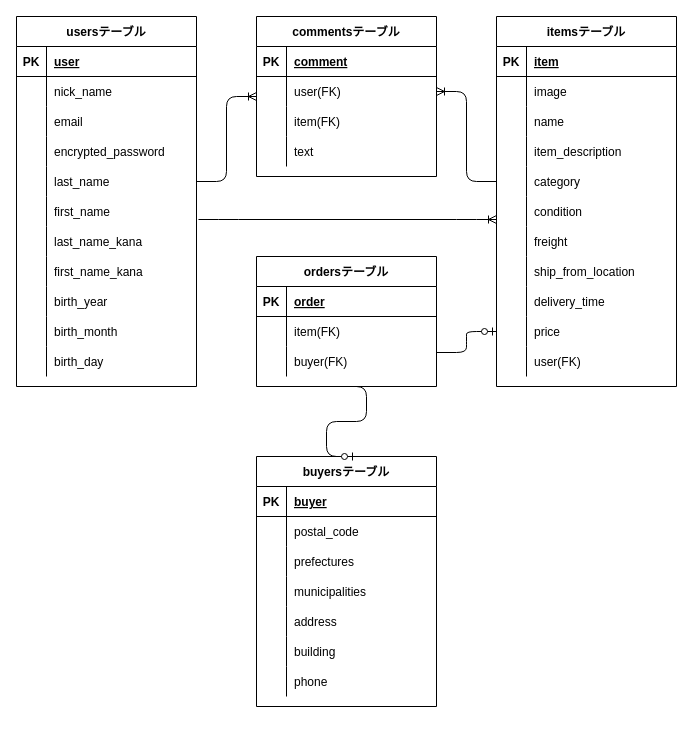
Above: furima.dio in Tsumire1208/furima-38798 (draw.io), before the change. Source tidied: cells renumbered, new cells numbered last; positions are measured from the earlier drawing's top-left corner, leaving out a move shared by most shapes. Both pictures are drawn from the tidied source at 100%, with x=0, y=0 at pixel (16, 16).
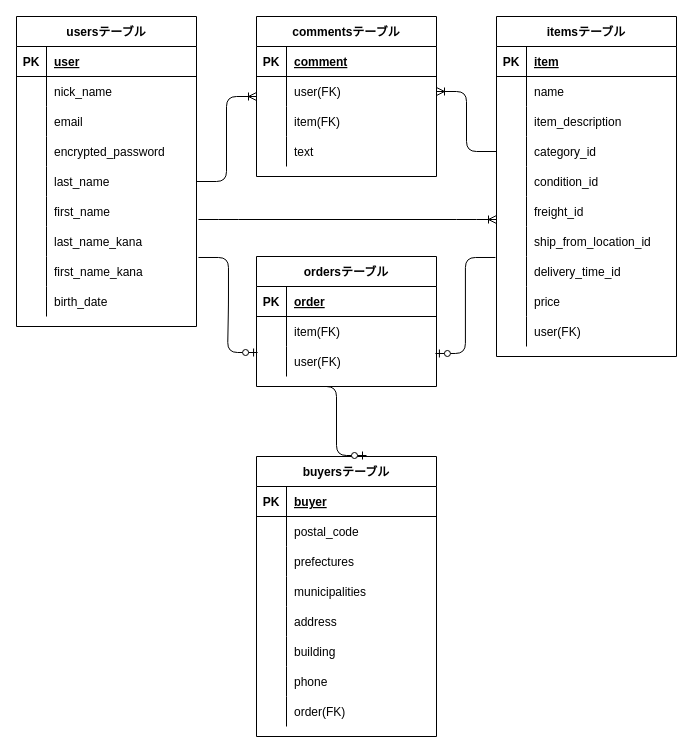
After the change.

Commit message (it also covers changes not shown here):
データベース設計修正

The change refers to these unchanged cells:
```xml
<mxCell id="18" style="shape=partialRectangle;fillColor=none;top=0;left=0;bottom=0;right=0;points=[[0,0.5],[1,0.5]];portConstraint=eastwest;" parent="2" vertex="1">
  <mxGeometry y="180" width="180" height="30" as="geometry" />
</mxCell>
<mxCell id="24" style="shape=partialRectangle;fillColor=none;top=0;left=0;bottom=0;right=0;points=[[0,0.5],[1,0.5]];portConstraint=eastwest;" parent="2" vertex="1">
  <mxGeometry y="240" width="180" height="30" as="geometry" />
</mxCell>
<mxCell id="27" style="shape=partialRectangle;fillColor=none;top=0;left=0;bottom=0;right=0;" parent="2" vertex="1">
  <mxGeometry y="270" width="180" height="30" as="geometry" />
</mxCell>
<mxCell id="99" style="shape=partialRectangle;fillColor=none;top=0;left=0;bottom=0;right=0;points=[[0,0.5],[1,0.5]];portConstraint=eastwest;" parent="92" vertex="1">
  <mxGeometry y="90" width="180" height="30" as="geometry" />
</mxCell>
```

What changed in the source:
```diff
@@
     <mxCell id="2" value="usersテーブル" style="shape=table;startSize=30;childLayout=tableLayout;rowLines=0;fontStyle=1;align=center;" parent="1" vertex="1">
-      <mxGeometry width="180" height="370" as="geometry" />
+      <mxGeometry width="180" height="310" as="geometry" />
     </mxCell>
@@
-    <mxCell id="29" value="birth_year" style="shape=partialRectangle;fillColor=none;top=0;left=0;bottom=0;right=0;align=left;spacingLeft=6;overflow=hidden;" parent="27" vertex="1">
+    <mxCell id="29" value="birth_date" style="shape=partialRectangle;fillColor=none;top=0;left=0;bottom=0;right=0;align=left;spacingLeft=6;overflow=hidden;" parent="27" vertex="1">
       <mxGeometry x="30" width="150" height="30" as="geometry" />
     </mxCell>
-    <mxCell id="30" style="shape=partialRectangle;fillColor=none;top=0;left=0;bottom=0;right=0;" parent="2" vertex="1">
-      <mxGeometry y="300" width="180" height="30" as="geometry" />
-    </mxCell>
-    <mxCell id="31" style="shape=partialRectangle;fillColor=none;top=0;left=0;bottom=0;right=0;overflow=hidden;" parent="30" vertex="1">
-      <mxGeometry width="30" height="30" as="geometry" />
-    </mxCell>
-    <mxCell id="32" value="birth_month" style="shape=partialRectangle;fillColor=none;top=0;left=0;bottom=0;right=0;align=left;spacingLeft=6;overflow=hidden;" parent="30" vertex="1">
-      <mxGeometry x="30" width="150" height="30" as="geometry" />
-    </mxCell>
-    <mxCell id="33" style="shape=partialRectangle;fillColor=none;top=0;left=0;bottom=0;right=0;" parent="2" vertex="1">
-      <mxGeometry y="330" width="180" height="30" as="geometry" />
-    </mxCell>
-    <mxCell id="34" style="shape=partialRectangle;fillColor=none;top=0;left=0;bottom=0;right=0;overflow=hidden;" parent="33" vertex="1">
-      <mxGeometry width="30" height="30" as="geometry" />
-    </mxCell>
-    <mxCell id="35" value="birth_day" style="shape=partialRectangle;fillColor=none;top=0;left=0;bottom=0;right=0;align=left;spacingLeft=6;overflow=hidden;" parent="33" vertex="1">
-      <mxGeometry x="30" width="150" height="30" as="geometry" />
-    </mxCell>
     <mxCell id="36" value="itemsテーブル" style="shape=table;startSize=30;childLayout=tableLayout;rowLines=0;fontStyle=1;align=center;" parent="1" vertex="1">
-      <mxGeometry x="480" width="180" height="370" as="geometry" />
+      <mxGeometry x="480" width="180" height="340" as="geometry" />
     </mxCell>
@@
-    <mxCell id="40" style="shape=partialRectangle;fillColor=none;top=0;left=0;bottom=0;right=0;" parent="36" vertex="1">
-      <mxGeometry y="60" width="180" height="30" as="geometry" />
-    </mxCell>
-    <mxCell id="41" style="shape=partialRectangle;fillColor=none;top=0;left=0;bottom=0;right=0;overflow=hidden;" parent="40" vertex="1">
-      <mxGeometry width="30" height="30" as="geometry" />
-    </mxCell>
-    <mxCell id="42" value="image" style="shape=partialRectangle;fillColor=none;top=0;left=0;bottom=0;right=0;align=left;spacingLeft=6;overflow=hidden;" parent="40" vertex="1">
-      <mxGeometry x="30" width="150" height="30" as="geometry" />
-    </mxCell>
     <mxCell id="43" style="shape=partialRectangle;fillColor=none;top=0;left=0;bottom=0;right=0;" parent="36" vertex="1">
-      <mxGeometry y="90" width="180" height="30" as="geometry" />
+      <mxGeometry y="60" width="180" height="30" as="geometry" />
     </mxCell>
@@
     <mxCell id="46" style="shape=partialRectangle;fillColor=none;top=0;left=0;bottom=0;right=0;" parent="36" vertex="1">
-      <mxGeometry y="120" width="180" height="30" as="geometry" />
+      <mxGeometry y="90" width="180" height="30" as="geometry" />
     </mxCell>
@@
     <mxCell id="49" style="shape=partialRectangle;fillColor=none;top=0;left=0;bottom=0;right=0;points=[[0,0.5],[1,0.5]];portConstraint=eastwest;" parent="36" vertex="1">
-      <mxGeometry y="150" width="180" height="30" as="geometry" />
+      <mxGeometry y="120" width="180" height="30" as="geometry" />
     </mxCell>
@@
-    <mxCell id="51" value="category" style="shape=partialRectangle;fillColor=none;top=0;left=0;bottom=0;right=0;align=left;spacingLeft=6;overflow=hidden;" parent="49" vertex="1">
+    <mxCell id="51" value="category_id" style="shape=partialRectangle;fillColor=none;top=0;left=0;bottom=0;right=0;align=left;spacingLeft=6;overflow=hidden;" parent="49" vertex="1">
       <mxGeometry x="30" width="150" height="30" as="geometry" />
     </mxCell>
     <mxCell id="52" style="shape=partialRectangle;fillColor=none;top=0;left=0;bottom=0;right=0;points=[[0,0.5],[1,0.5]];portConstraint=eastwest;" parent="36" vertex="1">
-      <mxGeometry y="180" width="180" height="30" as="geometry" />
+      <mxGeometry y="150" width="180" height="30" as="geometry" />
     </mxCell>
@@
-    <mxCell id="54" value="condition" style="shape=partialRectangle;fillColor=none;top=0;left=0;bottom=0;right=0;align=left;spacingLeft=6;overflow=hidden;" parent="52" vertex="1">
+    <mxCell id="54" value="condition_id" style="shape=partialRectangle;fillColor=none;top=0;left=0;bottom=0;right=0;align=left;spacingLeft=6;overflow=hidden;" parent="52" vertex="1">
       <mxGeometry x="30" width="150" height="30" as="geometry" />
     </mxCell>
     <mxCell id="55" style="shape=partialRectangle;fillColor=none;top=0;left=0;bottom=0;right=0;" parent="36" vertex="1">
-      <mxGeometry y="210" width="180" height="30" as="geometry" />
+      <mxGeometry y="180" width="180" height="30" as="geometry" />
     </mxCell>
@@
-    <mxCell id="57" value="freight" style="shape=partialRectangle;fillColor=none;top=0;left=0;bottom=0;right=0;align=left;spacingLeft=6;overflow=hidden;" parent="55" vertex="1">
+    <mxCell id="57" value="freight_id" style="shape=partialRectangle;fillColor=none;top=0;left=0;bottom=0;right=0;align=left;spacingLeft=6;overflow=hidden;" parent="55" vertex="1">
       <mxGeometry x="30" width="150" height="30" as="geometry" />
     </mxCell>
     <mxCell id="58" style="shape=partialRectangle;fillColor=none;top=0;left=0;bottom=0;right=0;points=[[0,0.5],[1,0.5]];portConstraint=eastwest;" parent="36" vertex="1">
-      <mxGeometry y="240" width="180" height="30" as="geometry" />
+      <mxGeometry y="210" width="180" height="30" as="geometry" />
     </mxCell>
@@
-    <mxCell id="60" value="ship_from_location" style="shape=partialRectangle;fillColor=none;top=0;left=0;bottom=0;right=0;align=left;spacingLeft=6;overflow=hidden;" parent="58" vertex="1">
+    <mxCell id="60" value="ship_from_location_id" style="shape=partialRectangle;fillColor=none;top=0;left=0;bottom=0;right=0;align=left;spacingLeft=6;overflow=hidden;" parent="58" vertex="1">
       <mxGeometry x="30" width="150" height="30" as="geometry" />
     </mxCell>
     <mxCell id="61" style="shape=partialRectangle;fillColor=none;top=0;left=0;bottom=0;right=0;" parent="36" vertex="1">
-      <mxGeometry y="270" width="180" height="30" as="geometry" />
+      <mxGeometry y="240" width="180" height="30" as="geometry" />
     </mxCell>
@@
-    <mxCell id="63" value="delivery_time" style="shape=partialRectangle;fillColor=none;top=0;left=0;bottom=0;right=0;align=left;spacingLeft=6;overflow=hidden;" parent="61" vertex="1">
+    <mxCell id="63" value="delivery_time_id" style="shape=partialRectangle;fillColor=none;top=0;left=0;bottom=0;right=0;align=left;spacingLeft=6;overflow=hidden;" parent="61" vertex="1">
       <mxGeometry x="30" width="150" height="30" as="geometry" />
     </mxCell>
     <mxCell id="64" style="shape=partialRectangle;fillColor=none;top=0;left=0;bottom=0;right=0;points=[[0,0.5],[1,0.5]];portConstraint=eastwest;" parent="36" vertex="1">
-      <mxGeometry y="300" width="180" height="30" as="geometry" />
+      <mxGeometry y="270" width="180" height="30" as="geometry" />
     </mxCell>
@@
     <mxCell id="67" style="shape=partialRectangle;fillColor=none;top=0;left=0;bottom=0;right=0;" parent="36" vertex="1">
-      <mxGeometry y="330" width="180" height="30" as="geometry" />
+      <mxGeometry y="300" width="180" height="30" as="geometry" />
     </mxCell>
@@
     <mxCell id="70" value="buyersテーブル" style="shape=table;startSize=30;childLayout=tableLayout;rowLines=0;fontStyle=1;align=center;" parent="1" vertex="1">
-      <mxGeometry x="240" y="440" width="180" height="250" as="geometry" />
+      <mxGeometry x="240" y="440" width="180" height="280" as="geometry" />
     </mxCell>
@@
+    <mxCell id="120" style="shape=partialRectangle;fillColor=none;top=0;left=0;bottom=0;right=0;" parent="70" vertex="1">
+      <mxGeometry y="240" width="180" height="30" as="geometry" />
+    </mxCell>
+    <mxCell id="121" style="shape=partialRectangle;fillColor=none;top=0;left=0;bottom=0;right=0;overflow=hidden;" parent="120" vertex="1">
+      <mxGeometry width="30" height="30" as="geometry" />
+    </mxCell>
+    <mxCell id="122" value="order(FK)" style="shape=partialRectangle;fillColor=none;top=0;left=0;bottom=0;right=0;align=left;spacingLeft=6;overflow=hidden;" parent="120" vertex="1">
+      <mxGeometry x="30" width="150" height="30" as="geometry" />
+    </mxCell>
@@
-    <mxCell id="101" value="buyer(FK)" style="shape=partialRectangle;fillColor=none;top=0;left=0;bottom=0;right=0;align=left;spacingLeft=6;overflow=hidden;" parent="99" vertex="1">
+    <mxCell id="101" value="user(FK)" style="shape=partialRectangle;fillColor=none;top=0;left=0;bottom=0;right=0;align=left;spacingLeft=6;overflow=hidden;" parent="99" vertex="1">
       <mxGeometry x="30" width="150" height="30" as="geometry" />
     </mxCell>
@@
-    <mxCell id="115" style="edgeStyle=entityRelationEdgeStyle;fontSize=12;html=1;endArrow=ERzeroToOne;endFill=1;entryX=0;entryY=0.5;entryDx=0;entryDy=0;exitX=1;exitY=0.2;exitDx=0;exitDy=0;exitPerimeter=0;" parent="1" edge="1" source="99" target="64">
-      <mxGeometry relative="1" as="geometry" />
-    </mxCell>
-    <mxCell id="116" style="edgeStyle=entityRelationEdgeStyle;fontSize=12;html=1;endArrow=ERzeroToOne;endFill=1;" parent="1" edge="1">
-      <mxGeometry relative="1" as="geometry">
-        <mxPoint x="320" y="370" as="sourcePoint" />
-        <mxPoint x="340" y="440" as="targetPoint" />
-      </mxGeometry>
-    </mxCell>
-    <mxCell id="117" style="edgeStyle=entityRelationEdgeStyle;fontSize=12;html=1;endArrow=ERoneToMany;entryX=0;entryY=0.767;entryDx=0;entryDy=0;exitX=1.011;exitY=0.767;exitDx=0;exitDy=0;exitPerimeter=0;entryPerimeter=0;" parent="1" edge="1" source="18" target="52">
-      <mxGeometry relative="1" as="geometry" />
+    <mxCell id="117" style="edgeStyle=entityRelationEdgeStyle;fontSize=12;html=1;endArrow=ERoneToMany;exitX=1.011;exitY=0.767;exitDx=0;exitDy=0;exitPerimeter=0;" parent="1" edge="1" source="18">
+      <mxGeometry relative="1" as="geometry">
+        <mxPoint x="480" y="203" as="targetPoint" />
+      </mxGeometry>
     </mxCell>
@@
+    <mxCell id="123" style="edgeStyle=entityRelationEdgeStyle;fontSize=12;html=1;endArrow=ERzeroToOne;endFill=1;entryX=0.006;entryY=0.2;entryDx=0;entryDy=0;exitX=1.011;exitY=0.033;exitDx=0;exitDy=0;exitPerimeter=0;entryPerimeter=0;" parent="1" edge="1" source="24" target="99">
+      <mxGeometry relative="1" as="geometry" />
+    </mxCell>
+    <mxCell id="124" style="edgeStyle=entityRelationEdgeStyle;fontSize=12;html=1;endArrow=ERzeroToOne;endFill=1;entryX=0.994;entryY=0.233;entryDx=0;entryDy=0;entryPerimeter=0;exitX=-0.006;exitY=1.033;exitDx=0;exitDy=0;exitPerimeter=0;" parent="1" edge="1" source="58" target="99">
+      <mxGeometry relative="1" as="geometry" />
+    </mxCell>
+    <mxCell id="125" style="edgeStyle=entityRelationEdgeStyle;fontSize=12;html=1;endArrow=ERzeroToOne;endFill=1;" parent="1" edge="1">
+      <mxGeometry relative="1" as="geometry">
+        <mxPoint x="290" y="370" as="sourcePoint" />
+        <mxPoint x="350" y="439" as="targetPoint" />
+      </mxGeometry>
+    </mxCell>
```
